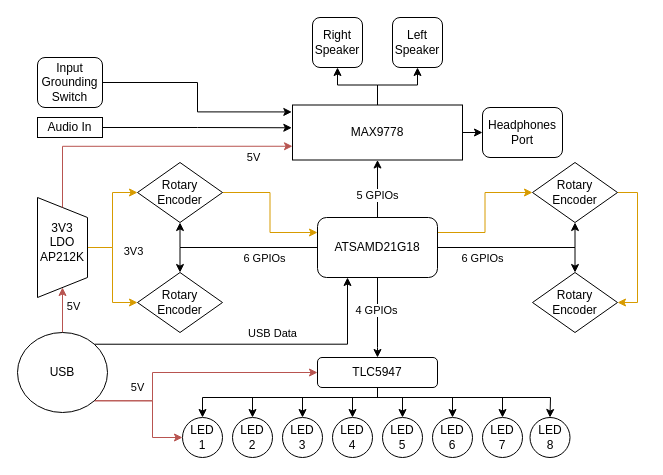
This is ArchitectureOverview.drawio from amohideen99/TheVolumeMixer, a draw.io file, before an edit. Source tidied: cells renumbered, new cells numbered last; positions are measured from the earlier drawing's top-left corner, leaving out a move shared by most shapes. Both pictures are drawn from the tidied source at 100%, with x=0, y=0 at pixel (12, 17).
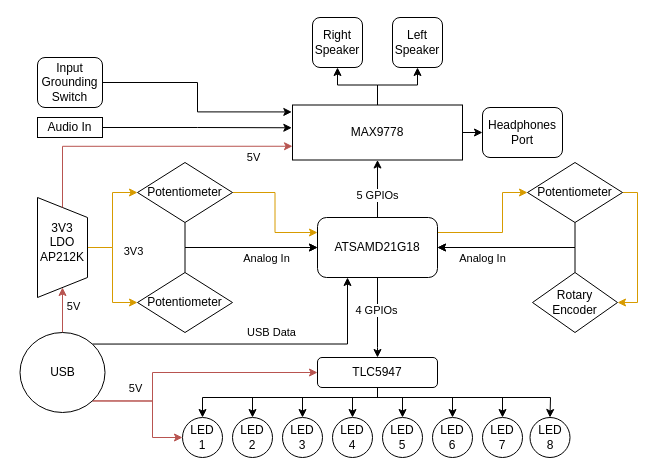
The same diagram, later.

The change refers to these unchanged cells:
```xml
<mxCell id="15" value="ATSAMD21G18" style="rounded=1;whiteSpace=wrap;html=1;" parent="1" vertex="1">
  <mxGeometry x="305" y="200" width="120" height="60" as="geometry" />
</mxCell>
<mxCell id="43" value="Rotary&lt;br&gt;Encoder" style="rhombus;whiteSpace=wrap;html=1;" parent="1" vertex="1">
  <mxGeometry x="520" y="255" width="85" height="60" as="geometry" />
</mxCell>
<mxCell id="49" style="shape=trapezoid;perimeter=trapezoidPerimeter;whiteSpace=wrap;html=1;fixedSize=1;rotation=90;" parent="1" vertex="1">
  <mxGeometry y="205" width="100" height="50" as="geometry" />
</mxCell>
```

Diff of the diagram source:
```diff
@@
-    <mxCell id="14" style="edgeStyle=orthogonalEdgeStyle;rounded=0;jettySize=auto;html=1;exitX=1;exitY=0.25;exitDx=0;exitDy=0;entryX=0;entryY=0.5;entryDx=0;entryDy=0;fontColor=#000000;fillColor=#ffe6cc;strokeColor=#d79b00;" parent="1" edge="1" source="15" target="40">
-      <mxGeometry relative="1" as="geometry" />
+    <mxCell id="14" style="edgeStyle=orthogonalEdgeStyle;rounded=0;jettySize=auto;html=1;exitX=1;exitY=0.25;exitDx=0;exitDy=0;entryX=0;entryY=0.5;entryDx=0;entryDy=0;fontColor=#000000;fillColor=#ffe6cc;strokeColor=#d79b00;" parent="1" edge="1" source="15" target="64">
+      <mxGeometry relative="1" as="geometry">
+        <Array as="points">
+          <mxPoint x="490" y="215" />
+          <mxPoint x="490" y="175" />
+        </Array>
+      </mxGeometry>
     </mxCell>
@@
-    <mxCell id="33" style="edgeStyle=orthogonalEdgeStyle;rounded=0;jettySize=auto;html=1;exitX=0.5;exitY=1;exitDx=0;exitDy=0;entryX=0;entryY=0.5;entryDx=0;entryDy=0;startArrow=classic;startFill=1;fontColor=#000000;endArrow=none;endFill=0;" parent="1" edge="1" source="34" target="15">
+    <mxCell id="33" style="edgeStyle=orthogonalEdgeStyle;rounded=0;jettySize=auto;html=1;exitX=0.5;exitY=1;exitDx=0;exitDy=0;entryX=0;entryY=0.5;entryDx=0;entryDy=0;startArrow=none;startFill=0;fontColor=#000000;endArrow=classic;endFill=1;" parent="1" edge="1" source="34" target="15">
       <mxGeometry relative="1" as="geometry" />
     </mxCell>
-    <mxCell id="34" value="Rotary&lt;br&gt;Encoder" style="rhombus;whiteSpace=wrap;html=1;" parent="1" vertex="1">
-      <mxGeometry x="125" y="145" width="85" height="60" as="geometry" />
+    <mxCell id="34" value="Potentiometer" style="rhombus;whiteSpace=wrap;html=1;" parent="1" vertex="1">
+      <mxGeometry x="125" y="145" width="95" height="60" as="geometry" />
     </mxCell>
-    <mxCell id="35" style="edgeStyle=orthogonalEdgeStyle;rounded=0;jettySize=auto;html=1;exitX=0.5;exitY=0;exitDx=0;exitDy=0;entryX=0;entryY=0.5;entryDx=0;entryDy=0;startArrow=classic;startFill=1;endArrow=none;endFill=0;" parent="1" edge="1" source="37" target="15">
+    <mxCell id="35" style="edgeStyle=orthogonalEdgeStyle;rounded=0;jettySize=auto;html=1;exitX=0.5;exitY=0;exitDx=0;exitDy=0;entryX=0;entryY=0.5;entryDx=0;entryDy=0;startArrow=none;startFill=0;endArrow=classic;endFill=1;" parent="1" edge="1" source="63" target="15">
       <mxGeometry relative="1" as="geometry">
         <Array as="points">
-          <mxPoint x="168" y="230" />
+          <mxPoint x="173" y="230" />
         </Array>
       </mxGeometry>
     </mxCell>
-    <mxCell id="36" value="6 GPIOs" style="edgeLabel;html=1;align=center;verticalAlign=middle;" parent="35" vertex="1">
+    <mxCell id="36" value="Analog In" style="edgeLabel;html=1;align=center;verticalAlign=middle;" parent="35" vertex="1">
       <mxGeometry x="0.26" y="2" relative="1" as="geometry">
         <mxPoint x="7.2" y="12" as="offset" />
       </mxGeometry>
     </mxCell>
-    <mxCell id="37" value="Rotary&lt;br&gt;Encoder" style="rhombus;whiteSpace=wrap;html=1;" parent="1" vertex="1">
-      <mxGeometry x="125" y="255" width="85" height="60" as="geometry" />
-    </mxCell>
-    <mxCell id="38" style="edgeStyle=orthogonalEdgeStyle;rounded=0;jettySize=auto;html=1;exitX=1;exitY=0.5;exitDx=0;exitDy=0;entryX=1;entryY=0.5;entryDx=0;entryDy=0;fontColor=#000000;fillColor=#ffe6cc;strokeColor=#d79b00;" parent="1" edge="1" source="40" target="43">
-      <mxGeometry relative="1" as="geometry" />
+    <mxCell id="38" style="edgeStyle=orthogonalEdgeStyle;rounded=0;jettySize=auto;html=1;exitX=1;exitY=0.5;exitDx=0;exitDy=0;entryX=1;entryY=0.5;entryDx=0;entryDy=0;fontColor=#000000;fillColor=#ffe6cc;strokeColor=#d79b00;" parent="1" edge="1" source="64" target="43">
+      <mxGeometry relative="1" as="geometry">
+        <Array as="points">
+          <mxPoint x="625" y="175" />
+          <mxPoint x="625" y="285" />
+        </Array>
+      </mxGeometry>
     </mxCell>
-    <mxCell id="39" style="edgeStyle=orthogonalEdgeStyle;rounded=0;jettySize=auto;html=1;exitX=0.5;exitY=1;exitDx=0;exitDy=0;entryX=1;entryY=0.5;entryDx=0;entryDy=0;startArrow=classic;startFill=1;endArrow=none;endFill=0;fontColor=#000000;" parent="1" edge="1" source="40" target="15">
+    <mxCell id="39" style="edgeStyle=orthogonalEdgeStyle;rounded=0;jettySize=auto;html=1;exitX=0.5;exitY=1;exitDx=0;exitDy=0;entryX=1;entryY=0.5;entryDx=0;entryDy=0;startArrow=none;startFill=0;endArrow=classic;endFill=1;fontColor=#000000;" parent="1" edge="1" target="15">
       <mxGeometry relative="1" as="geometry">
+        <mxPoint x="562.5" y="205" as="sourcePoint" />
         <Array as="points">
           <mxPoint x="563" y="230" />
         </Array>
       </mxGeometry>
     </mxCell>
-    <mxCell id="40" value="Rotary&lt;br&gt;Encoder" style="rhombus;whiteSpace=wrap;html=1;" parent="1" vertex="1">
-      <mxGeometry x="520" y="145" width="85" height="60" as="geometry" />
-    </mxCell>
-    <mxCell id="41" style="edgeStyle=orthogonalEdgeStyle;rounded=0;jettySize=auto;html=1;exitX=0.5;exitY=0;exitDx=0;exitDy=0;entryX=1;entryY=0.5;entryDx=0;entryDy=0;startArrow=classic;startFill=1;endArrow=none;endFill=0;fontColor=#000000;" parent="1" edge="1" source="43" target="15">
+    <mxCell id="41" style="edgeStyle=orthogonalEdgeStyle;rounded=0;jettySize=auto;html=1;exitX=0.5;exitY=0;exitDx=0;exitDy=0;entryX=1;entryY=0.5;entryDx=0;entryDy=0;startArrow=none;startFill=0;endArrow=classic;endFill=1;fontColor=#000000;" parent="1" edge="1" source="43" target="15">
       <mxGeometry relative="1" as="geometry" />
     </mxCell>
-    <mxCell id="42" value="6 GPIOs" style="edgeLabel;html=1;align=center;verticalAlign=middle;fontColor=#000000;" parent="41" vertex="1">
+    <mxCell id="42" value="Analog In" style="edgeLabel;html=1;align=center;verticalAlign=middle;fontColor=#000000;" parent="41" vertex="1">
       <mxGeometry x="0.61" relative="1" as="geometry">
         <mxPoint x="13.3" y="10" as="offset" />
       </mxGeometry>
     </mxCell>
@@
-    <mxCell id="47" style="edgeStyle=orthogonalEdgeStyle;rounded=0;jettySize=auto;html=1;exitX=0.5;exitY=0;exitDx=0;exitDy=0;entryX=0;entryY=0.5;entryDx=0;entryDy=0;fontColor=#000000;fillColor=#ffe6cc;strokeColor=#d79b00;" parent="1" edge="1" source="49" target="37">
+    <mxCell id="47" style="edgeStyle=orthogonalEdgeStyle;rounded=0;jettySize=auto;html=1;exitX=0.5;exitY=0;exitDx=0;exitDy=0;entryX=0;entryY=0.5;entryDx=0;entryDy=0;fontColor=#000000;fillColor=#ffe6cc;strokeColor=#d79b00;" parent="1" edge="1" source="49">
       <mxGeometry relative="1" as="geometry">
+        <mxPoint x="125" y="285" as="targetPoint" />
         <Array as="points">
           <mxPoint x="100" y="230" />
           <mxPoint x="100" y="285" />
         </Array>
       </mxGeometry>
     </mxCell>
@@
     <mxCell id="59" value="USB" style="ellipse;whiteSpace=wrap;html=1;" parent="1" vertex="1">
-      <mxGeometry x="5" y="315" width="90" height="80" as="geometry" />
+      <mxGeometry x="7.5" y="315" width="85" height="80" as="geometry" />
     </mxCell>
@@
+    <mxCell id="63" value="Potentiometer" style="rhombus;whiteSpace=wrap;html=1;" parent="1" vertex="1">
+      <mxGeometry x="125" y="255" width="95" height="60" as="geometry" />
+    </mxCell>
+    <mxCell id="64" value="Potentiometer" style="rhombus;whiteSpace=wrap;html=1;" parent="1" vertex="1">
+      <mxGeometry x="515" y="145" width="95" height="60" as="geometry" />
+    </mxCell>
```
